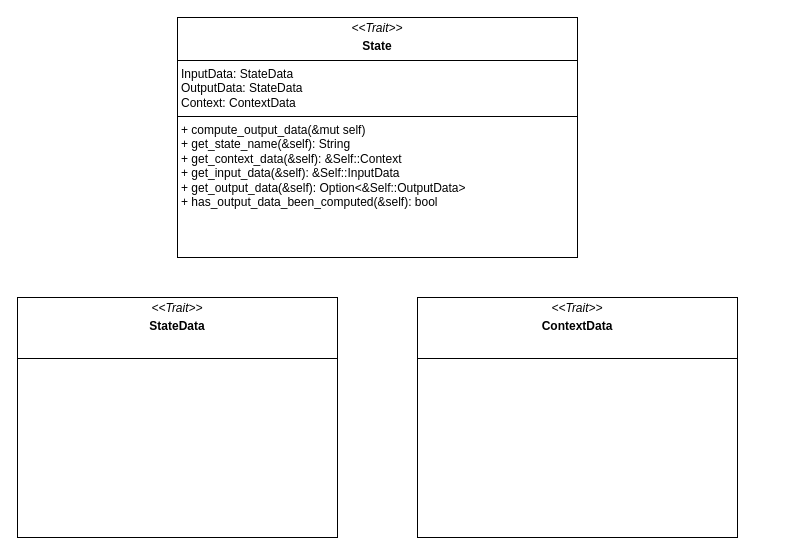
DeCa09/state_machine keeps this draw.io diagram as design/uml_class_diagram/state_machine.drawio. Above is the earlier version. Source tidied: cells renumbered, new cells numbered last; positions are measured from the earlier drawing's top-left corner, leaving out a move shared by most shapes. Both pictures are drawn from the tidied source at 100%, with x=0, y=0 at pixel (17, 17).
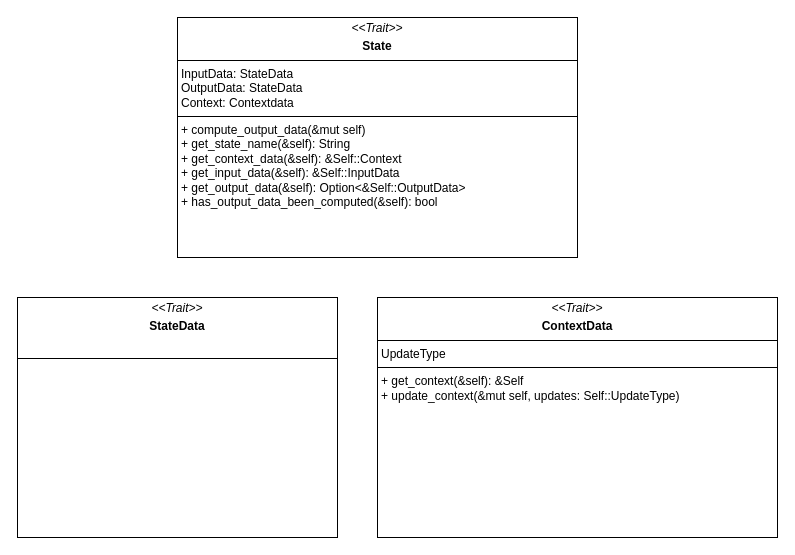
The same diagram, later.

Commit message (it also covers changes not shown here):
design: add updated design diagram that contains trait methods for ContextData trait

Diff of the diagram source:
```diff
@@
 <mxGraphModel>
   <root>
     <mxCell id="0" />
     <mxCell id="1" parent="0" />
-    <mxCell id="2" value="&lt;p style=&quot;margin:0px;margin-top:4px;text-align:center;&quot;&gt;&lt;i&gt;&amp;lt;&amp;lt;Trait&amp;gt;&amp;gt;&lt;/i&gt;&lt;b&gt;&lt;br&gt;&lt;/b&gt;&lt;/p&gt;&lt;p style=&quot;margin:0px;margin-top:4px;text-align:center;&quot;&gt;&lt;b&gt;ContextData&lt;/b&gt;&lt;/p&gt;&lt;p style=&quot;margin:0px;margin-top:4px;text-align:center;&quot;&gt;&lt;br&gt;&lt;/p&gt;&lt;hr size=&quot;1&quot; style=&quot;border-style:solid;&quot;&gt;&lt;p style=&quot;margin:0px;margin-left:4px;&quot;&gt;&lt;br&gt;&lt;/p&gt;&lt;p style=&quot;margin:0px;margin-left:4px;&quot;&gt;&lt;/p&gt;&lt;p style=&quot;margin:0px;margin-left:4px;&quot;&gt;&lt;/p&gt;&lt;p style=&quot;margin:0px;margin-left:4px;&quot;&gt;&lt;/p&gt;" style="verticalAlign=top;align=left;overflow=fill;html=1;whiteSpace=wrap;" parent="1" vertex="1">
-      <mxGeometry x="400" y="280" width="320" height="240" as="geometry" />
-    </mxCell>
-    <mxCell id="3" value="&lt;p style=&quot;margin:0px;margin-top:4px;text-align:center;&quot;&gt;&lt;i&gt;&amp;lt;&amp;lt;Trait&amp;gt;&amp;gt;&lt;/i&gt;&lt;/p&gt;&lt;p style=&quot;margin:0px;margin-top:4px;text-align:center;&quot;&gt;&lt;b&gt;State&lt;/b&gt;&lt;br&gt;&lt;/p&gt;&lt;hr size=&quot;1&quot; style=&quot;border-style:solid;&quot;&gt;&lt;p style=&quot;margin:0px;margin-left:4px;&quot;&gt;InputData: StateData&lt;br&gt;OutputData: StateData&lt;/p&gt;&lt;p style=&quot;margin:0px;margin-left:4px;&quot;&gt;Context: ContextData&lt;br&gt;&lt;/p&gt;&lt;hr size=&quot;1&quot; style=&quot;border-style:solid;&quot;&gt;&lt;p style=&quot;margin:0px;margin-left:4px;&quot;&gt;+ compute_output_data(&amp;amp;mut self)&lt;/p&gt;&lt;p style=&quot;margin:0px;margin-left:4px;&quot;&gt;+ get_state_name(&amp;amp;self): String&lt;br&gt;&lt;/p&gt;&lt;p style=&quot;margin:0px;margin-left:4px;&quot;&gt;+ get_context_data(&amp;amp;self): &amp;amp;Self::Context&lt;/p&gt;&lt;p style=&quot;margin:0px;margin-left:4px;&quot;&gt;+ get_input_data(&amp;amp;self): &amp;amp;Self::InputData&lt;/p&gt;&lt;p style=&quot;margin:0px;margin-left:4px;&quot;&gt;+ get_output_data(&amp;amp;self): Option&amp;lt;&amp;amp;Self::OutputData&amp;gt;&lt;/p&gt;&lt;p style=&quot;margin:0px;margin-left:4px;&quot;&gt;+ has_output_data_been_computed(&amp;amp;self): bool&lt;/p&gt;&lt;p style=&quot;margin:0px;margin-left:4px;&quot;&gt;&lt;/p&gt;&lt;p style=&quot;margin:0px;margin-left:4px;&quot;&gt;&lt;/p&gt;&lt;p style=&quot;margin:0px;margin-left:4px;&quot;&gt;&lt;/p&gt;" style="verticalAlign=top;align=left;overflow=fill;html=1;whiteSpace=wrap;" parent="1" vertex="1">
+    <mxCell id="3" value="&lt;p style=&quot;margin:0px;margin-top:4px;text-align:center;&quot;&gt;&lt;i&gt;&amp;lt;&amp;lt;Trait&amp;gt;&amp;gt;&lt;/i&gt;&lt;/p&gt;&lt;p style=&quot;margin:0px;margin-top:4px;text-align:center;&quot;&gt;&lt;b&gt;State&lt;/b&gt;&lt;br&gt;&lt;/p&gt;&lt;hr size=&quot;1&quot; style=&quot;border-style:solid;&quot;&gt;&lt;p style=&quot;margin:0px;margin-left:4px;&quot;&gt;InputData: StateData&lt;br&gt;OutputData: StateData&lt;/p&gt;&lt;p style=&quot;margin:0px;margin-left:4px;&quot;&gt;Context: Contextdata&lt;br&gt;&lt;/p&gt;&lt;hr size=&quot;1&quot; style=&quot;border-style:solid;&quot;&gt;&lt;p style=&quot;margin:0px;margin-left:4px;&quot;&gt;+ compute_output_data(&amp;amp;mut self)&lt;/p&gt;&lt;p style=&quot;margin:0px;margin-left:4px;&quot;&gt;+ get_state_name(&amp;amp;self): String&lt;br&gt;&lt;/p&gt;&lt;p style=&quot;margin:0px;margin-left:4px;&quot;&gt;+ get_context_data(&amp;amp;self): &amp;amp;Self::Context&lt;/p&gt;&lt;p style=&quot;margin:0px;margin-left:4px;&quot;&gt;+ get_input_data(&amp;amp;self): &amp;amp;Self::InputData&lt;/p&gt;&lt;p style=&quot;margin:0px;margin-left:4px;&quot;&gt;+ get_output_data(&amp;amp;self): Option&amp;lt;&amp;amp;Self::OutputData&amp;gt;&lt;/p&gt;&lt;p style=&quot;margin:0px;margin-left:4px;&quot;&gt;+ has_output_data_been_computed(&amp;amp;self): bool&lt;/p&gt;&lt;p style=&quot;margin:0px;margin-left:4px;&quot;&gt;&lt;/p&gt;&lt;p style=&quot;margin:0px;margin-left:4px;&quot;&gt;&lt;/p&gt;&lt;p style=&quot;margin:0px;margin-left:4px;&quot;&gt;&lt;/p&gt;" style="verticalAlign=top;align=left;overflow=fill;html=1;whiteSpace=wrap;" parent="1" vertex="1">
       <mxGeometry x="160" width="400" height="240" as="geometry" />
     </mxCell>
     <mxCell id="4" value="&lt;p style=&quot;margin:0px;margin-top:4px;text-align:center;&quot;&gt;&lt;i&gt;&amp;lt;&amp;lt;Trait&amp;gt;&amp;gt;&lt;/i&gt;&lt;b&gt;&lt;br&gt;&lt;/b&gt;&lt;/p&gt;&lt;p style=&quot;margin:0px;margin-top:4px;text-align:center;&quot;&gt;&lt;b&gt;StateData&lt;/b&gt;&lt;/p&gt;&lt;p style=&quot;margin:0px;margin-top:4px;text-align:center;&quot;&gt;&lt;br&gt;&lt;/p&gt;&lt;hr size=&quot;1&quot; style=&quot;border-style:solid;&quot;&gt;&lt;p style=&quot;margin:0px;margin-left:4px;&quot;&gt;&lt;br&gt;&lt;/p&gt;&lt;p style=&quot;margin:0px;margin-left:4px;&quot;&gt;&lt;/p&gt;&lt;p style=&quot;margin:0px;margin-left:4px;&quot;&gt;&lt;/p&gt;&lt;p style=&quot;margin:0px;margin-left:4px;&quot;&gt;&lt;/p&gt;" style="verticalAlign=top;align=left;overflow=fill;html=1;whiteSpace=wrap;" parent="1" vertex="1">
       <mxGeometry y="280" width="320" height="240" as="geometry" />
     </mxCell>
+    <mxCell id="5" value="&lt;p style=&quot;margin:0px;margin-top:4px;text-align:center;&quot;&gt;&lt;i&gt;&amp;lt;&amp;lt;Trait&amp;gt;&amp;gt;&lt;/i&gt;&lt;/p&gt;&lt;p style=&quot;margin:0px;margin-top:4px;text-align:center;&quot;&gt;&lt;b&gt;ContextData&lt;/b&gt;&lt;br&gt;&lt;/p&gt;&lt;hr size=&quot;1&quot; style=&quot;border-style:solid;&quot;&gt;&lt;p style=&quot;margin:0px;margin-left:4px;&quot;&gt;UpdateType&lt;br&gt;&lt;/p&gt;&lt;hr size=&quot;1&quot; style=&quot;border-style:solid;&quot;&gt;&lt;p style=&quot;margin:0px;margin-left:4px;&quot;&gt;+ get_context(&amp;amp;self): &amp;amp;Self&lt;br&gt;&lt;/p&gt;&lt;p style=&quot;margin:0px;margin-left:4px;&quot;&gt;+ update_context(&amp;amp;mut self, updates: Self::UpdateType)&lt;/p&gt;&lt;p style=&quot;margin:0px;margin-left:4px;&quot;&gt;&lt;br&gt;&lt;/p&gt;&lt;p style=&quot;margin:0px;margin-left:4px;&quot;&gt;&lt;/p&gt;&lt;p style=&quot;margin:0px;margin-left:4px;&quot;&gt;&lt;/p&gt;&lt;p style=&quot;margin:0px;margin-left:4px;&quot;&gt;&lt;/p&gt;" style="verticalAlign=top;align=left;overflow=fill;html=1;whiteSpace=wrap;" parent="1" vertex="1">
+      <mxGeometry x="360" y="280" width="400" height="240" as="geometry" />
+    </mxCell>
   </root>
 </mxGraphModel>
```
